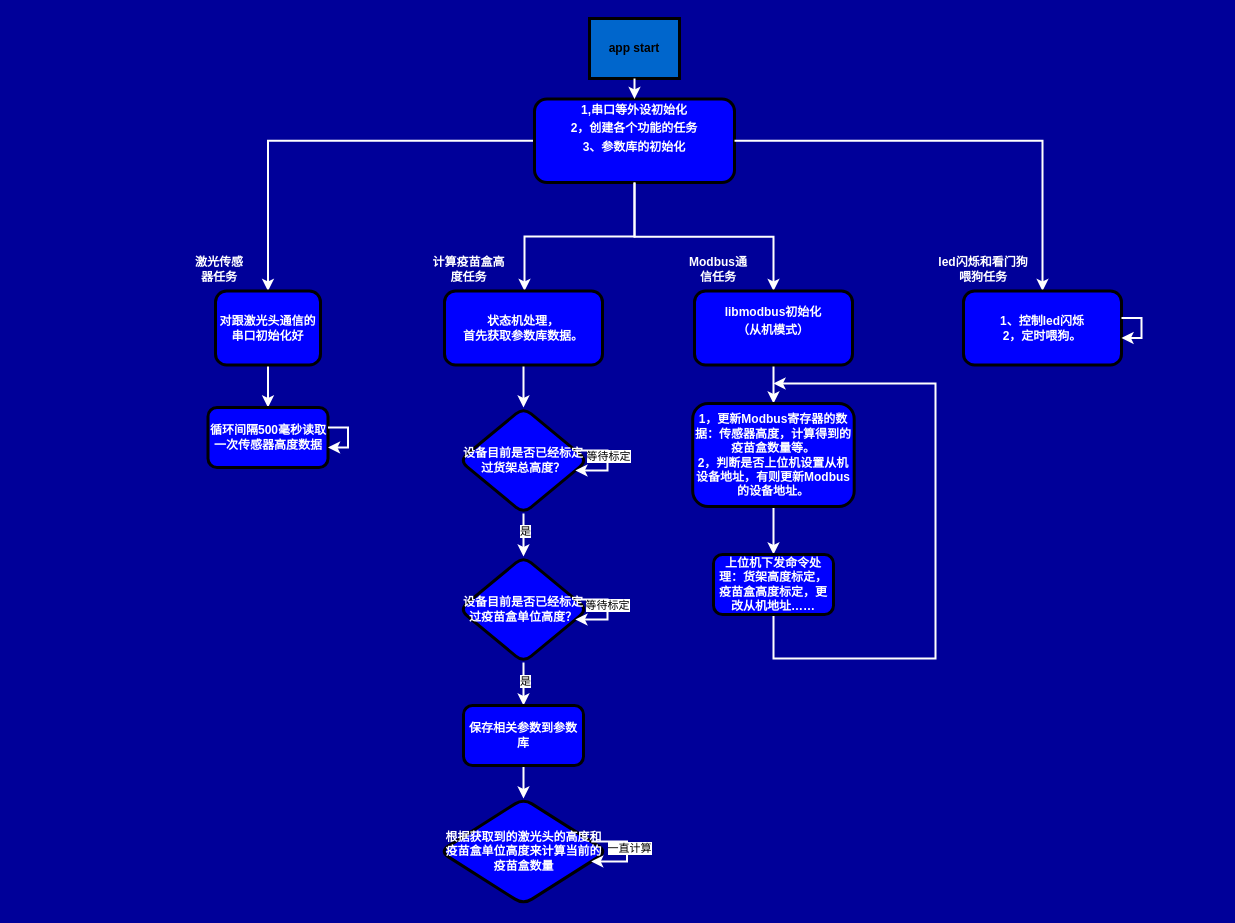
Earlier version of the draw.io diagram draw_io_for_work/bs01.drawio (doctor1cong/draw_flow_chart). Source tidied: cells renumbered, new cells numbered last; positions are measured from the earlier drawing's top-left corner, leaving out a move shared by most shapes. Both pictures are drawn from the tidied source at 100%, with x=0, y=0 at pixel (189, 18).
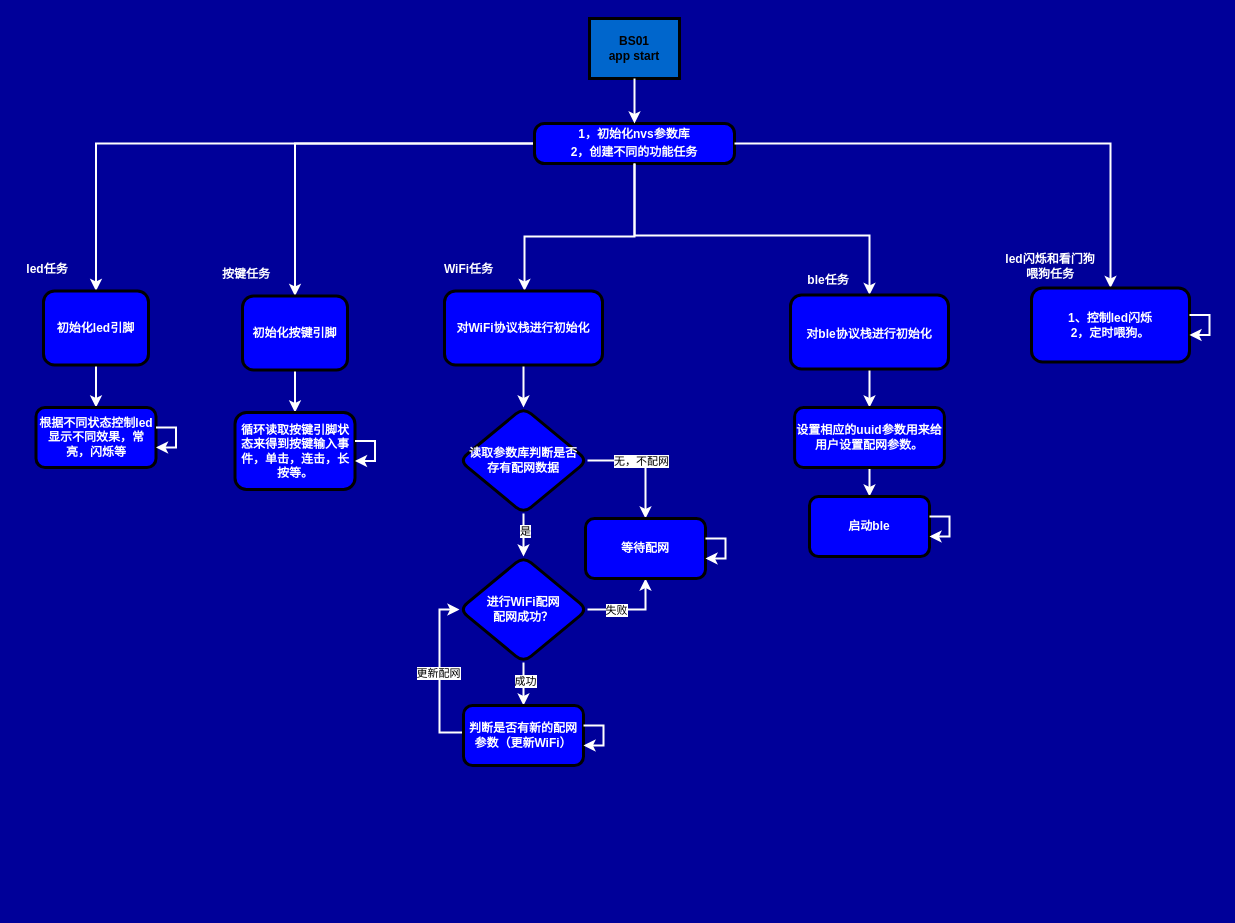
The same diagram, later.

Unchanged cells that the change refers to:
```xml
<mxCell id="24" style="edgeStyle=orthogonalEdgeStyle;shape=connector;rounded=0;jettySize=auto;html=1;strokeColor=#FFFFFF;strokeWidth=2;align=center;verticalAlign=middle;fontFamily=Helvetica;fontSize=11;fontColor=default;labelBackgroundColor=default;endArrow=classic;" parent="1" edge="1" source="26" target="41">
  <mxGeometry relative="1" as="geometry" />
</mxCell>
```

The edit, as a diff of the source:
```diff
@@
+    <mxCell id="42" style="edgeStyle=orthogonalEdgeStyle;rounded=0;jettySize=auto;html=1;strokeColor=#FFFFFF;strokeWidth=2;" parent="1" edge="1" source="3" target="47">
+      <mxGeometry relative="1" as="geometry" />
+    </mxCell>
-    <mxCell id="3" value="&lt;p style=&quot;margin: 4px 0px 0px; text-align: center;&quot;&gt;&lt;font color=&quot;#ffffff&quot;&gt;1,串口等外设初始化&lt;/font&gt;&lt;/p&gt;&lt;p style=&quot;margin: 4px 0px 0px; text-align: center;&quot;&gt;&lt;font color=&quot;#ffffff&quot;&gt;2，创建各个功能的任务&lt;/font&gt;&lt;/p&gt;&lt;p style=&quot;margin: 4px 0px 0px; text-align: center;&quot;&gt;&lt;font color=&quot;#ffffff&quot;&gt;3、&lt;/font&gt;&lt;span style=&quot;background-color: initial; color: rgb(255, 255, 255);&quot;&gt;参数库的初始化&lt;/span&gt;&lt;/p&gt;&lt;p style=&quot;margin: 4px 0px 0px; text-align: center;&quot;&gt;&lt;span style=&quot;color: rgb(255, 255, 255); background-color: initial;&quot;&gt;&lt;br&gt;&lt;/span&gt;&lt;/p&gt;" style="verticalAlign=middle;align=center;overflow=fill;fontSize=12;fontFamily=Helvetica;html=1;rounded=1;fontStyle=1;strokeWidth=3;fillColor=#0000FF;" parent="1" vertex="1">
-      <mxGeometry x="345" y="80.5" width="200" height="83.5" as="geometry" />
+    <mxCell id="3" value="&lt;p style=&quot;margin: 4px 0px 0px;&quot;&gt;&lt;span style=&quot;color: rgb(255, 255, 255);&quot;&gt;1，初始化nvs参数库&lt;/span&gt;&lt;br&gt;&lt;/p&gt;&lt;p style=&quot;margin: 4px 0px 0px;&quot;&gt;&lt;span style=&quot;color: rgb(255, 255, 255);&quot;&gt;2，创建不同的功能任务&lt;/span&gt;&lt;/p&gt;&lt;p style=&quot;margin: 4px 0px 0px;&quot;&gt;&lt;span style=&quot;color: rgb(255, 255, 255);&quot;&gt;&lt;br&gt;&lt;/span&gt;&lt;/p&gt;" style="verticalAlign=middle;align=center;overflow=fill;fontSize=12;fontFamily=Helvetica;html=1;rounded=1;fontStyle=1;strokeWidth=3;fillColor=#0000FF;arcSize=25;" parent="1" vertex="1">
+      <mxGeometry x="345" y="105" width="200" height="40" as="geometry" />
     </mxCell>
-    <mxCell id="4" value="app start" style="whiteSpace=wrap;align=center;verticalAlign=middle;fontStyle=1;strokeWidth=3;fillColor=#0066CC;" parent="1" vertex="1">
+    <mxCell id="4" value="BS01&#10;app start" style="whiteSpace=wrap;align=center;verticalAlign=middle;fontStyle=1;strokeWidth=3;fillColor=#0066CC;" parent="1" vertex="1">
       <mxGeometry x="400" width="90" height="60" as="geometry" />
     </mxCell>
@@
-    <mxCell id="7" value="对跟激光头通信的串口初始化好" style="whiteSpace=wrap;html=1;fillColor=#0000FF;rounded=1;fontStyle=1;strokeWidth=3;fontColor=#FFFFFF;" parent="1" vertex="1">
-      <mxGeometry x="26" y="272.5" width="105" height="74" as="geometry" />
+    <mxCell id="7" value="初始化led引脚" style="whiteSpace=wrap;html=1;fillColor=#0000FF;rounded=1;fontStyle=1;strokeWidth=3;fontColor=#FFFFFF;" parent="1" vertex="1">
+      <mxGeometry x="-146" y="272.5" width="105" height="74" as="geometry" />
     </mxCell>
-    <mxCell id="8" value="激光传感器任务" style="text;strokeColor=none;align=center;fillColor=none;html=1;verticalAlign=middle;whiteSpace=wrap;rounded=0;fontFamily=Helvetica;fontSize=12;fontColor=#FFFFFF;fontStyle=1;" parent="1" vertex="1">
-      <mxGeometry y="236" width="60" height="30" as="geometry" />
+    <mxCell id="8" value="led任务" style="text;strokeColor=none;align=center;fillColor=none;html=1;verticalAlign=middle;whiteSpace=wrap;rounded=0;fontFamily=Helvetica;fontSize=12;fontColor=#FFFFFF;fontStyle=1;" parent="1" vertex="1">
+      <mxGeometry x="-172" y="236" width="60" height="30" as="geometry" />
     </mxCell>
@@
-    <mxCell id="11" value="状态机处理，&lt;div&gt;首先获取参数库数据。&lt;/div&gt;" style="whiteSpace=wrap;html=1;fillColor=#0000FF;rounded=1;fontStyle=1;strokeWidth=3;fontColor=#FFFFFF;" parent="1" vertex="1">
+    <mxCell id="11" value="对WiFi协议栈进行初始化" style="whiteSpace=wrap;html=1;fillColor=#0000FF;rounded=1;fontStyle=1;strokeWidth=3;fontColor=#FFFFFF;" parent="1" vertex="1">
       <mxGeometry x="255" y="272.5" width="158" height="74" as="geometry" />
     </mxCell>
-    <mxCell id="12" value="计算疫苗盒高度任务" style="text;strokeColor=none;align=center;fillColor=none;html=1;verticalAlign=middle;whiteSpace=wrap;rounded=0;fontFamily=Helvetica;fontSize=12;fontColor=#FFFFFF;fontStyle=1;" parent="1" vertex="1">
+    <mxCell id="12" value="WiFi任务" style="text;strokeColor=none;align=center;fillColor=none;html=1;verticalAlign=middle;whiteSpace=wrap;rounded=0;fontFamily=Helvetica;fontSize=12;fontColor=#FFFFFF;fontStyle=1;" parent="1" vertex="1">
       <mxGeometry x="241" y="236" width="77" height="30" as="geometry" />
     </mxCell>
-    <mxCell id="13" style="edgeStyle=orthogonalEdgeStyle;rounded=0;jettySize=auto;html=1;strokeColor=#FFFFFF;strokeWidth=2;" parent="1" edge="1" source="3" target="15">
-      <mxGeometry relative="1" as="geometry" />
+    <mxCell id="13" style="edgeStyle=orthogonalEdgeStyle;rounded=0;jettySize=auto;html=1;strokeColor=#FFFFFF;strokeWidth=2;entryX=0.5;entryY=0;entryDx=0;entryDy=0;" parent="1" edge="1" source="3" target="15">
+      <mxGeometry relative="1" as="geometry">
+        <Array as="points">
+          <mxPoint x="445" y="217" />
+          <mxPoint x="680" y="217" />
+        </Array>
+      </mxGeometry>
     </mxCell>
@@
-    <mxCell id="15" value="&lt;p style=&quot;color: rgb(0, 0, 0); text-wrap: nowrap; margin: 4px 0px 0px;&quot;&gt;&lt;font color=&quot;#ffffff&quot;&gt;libmodbus初始化&lt;/font&gt;&lt;/p&gt;&lt;p style=&quot;color: rgb(0, 0, 0); text-wrap: nowrap; margin: 4px 0px 0px;&quot;&gt;&lt;font color=&quot;#ffffff&quot;&gt;（从机模式&lt;/font&gt;&lt;span style=&quot;color: rgb(255, 255, 255); background-color: initial;&quot;&gt;）&lt;/span&gt;&lt;/p&gt;&lt;p style=&quot;color: rgb(0, 0, 0); text-wrap: nowrap; margin: 4px 0px 0px;&quot;&gt;&lt;br&gt;&lt;/p&gt;" style="whiteSpace=wrap;html=1;fillColor=#0000FF;rounded=1;fontStyle=1;strokeWidth=3;fontColor=#FFFFFF;" parent="1" vertex="1">
-      <mxGeometry x="505" y="272.5" width="158" height="74" as="geometry" />
+    <mxCell id="15" value="&lt;p style=&quot;color: rgb(0, 0, 0); text-wrap: nowrap; margin: 4px 0px 0px;&quot;&gt;&lt;span style=&quot;color: rgb(255, 255, 255); text-wrap: wrap;&quot;&gt;对ble协议栈进行初始化&lt;/span&gt;&lt;/p&gt;" style="whiteSpace=wrap;html=1;fillColor=#0000FF;rounded=1;fontStyle=1;strokeWidth=3;fontColor=#FFFFFF;" parent="1" vertex="1">
+      <mxGeometry x="601" y="276.5" width="158" height="74" as="geometry" />
     </mxCell>
-    <mxCell id="16" value="Modbus通信任务" style="text;strokeColor=none;align=center;fillColor=none;html=1;verticalAlign=middle;whiteSpace=wrap;rounded=0;fontFamily=Helvetica;fontSize=12;fontColor=#FFFFFF;fontStyle=1;" parent="1" vertex="1">
-      <mxGeometry x="499" y="236" width="60" height="30" as="geometry" />
+    <mxCell id="16" value="ble任务" style="text;strokeColor=none;align=center;fillColor=none;html=1;verticalAlign=middle;whiteSpace=wrap;rounded=0;fontFamily=Helvetica;fontSize=12;fontColor=#FFFFFF;fontStyle=1;" parent="1" vertex="1">
+      <mxGeometry x="609" y="246.5" width="60" height="30" as="geometry" />
     </mxCell>
@@
     <mxCell id="18" value="1、控制led闪烁&lt;div&gt;2，定时喂狗。&lt;/div&gt;" style="whiteSpace=wrap;html=1;fillColor=#0000FF;rounded=1;fontStyle=1;strokeWidth=3;fontColor=#FFFFFF;" parent="1" vertex="1">
-      <mxGeometry x="774" y="272.5" width="158" height="74" as="geometry" />
+      <mxGeometry x="842" y="269.5" width="158" height="74" as="geometry" />
     </mxCell>
     <mxCell id="19" value="led闪烁和看门狗喂狗任务" style="text;strokeColor=none;align=center;fillColor=none;html=1;verticalAlign=middle;whiteSpace=wrap;rounded=0;fontFamily=Helvetica;fontSize=12;fontColor=#FFFFFF;fontStyle=1;" parent="1" vertex="1">
-      <mxGeometry x="746" y="236" width="96" height="30" as="geometry" />
+      <mxGeometry x="813" y="233" width="96" height="30" as="geometry" />
     </mxCell>
-    <mxCell id="20" value="循环间隔500毫秒读取一次传感器高度数据" style="whiteSpace=wrap;html=1;fillColor=#0000FF;fontColor=#FFFFFF;rounded=1;fontStyle=1;strokeWidth=3;" parent="1" vertex="1">
-      <mxGeometry x="18.5" y="389" width="120" height="60" as="geometry" />
+    <mxCell id="20" value="根据不同状态控制led显示不同效果，常亮，闪烁等" style="whiteSpace=wrap;html=1;fillColor=#0000FF;fontColor=#FFFFFF;rounded=1;fontStyle=1;strokeWidth=3;" parent="1" vertex="1">
+      <mxGeometry x="-153.5" y="389" width="120" height="60" as="geometry" />
     </mxCell>
@@
-    <mxCell id="23" value="设备目前是否已经标定过货架总高度？" style="rhombus;whiteSpace=wrap;html=1;fillColor=#0000FF;fontColor=#FFFFFF;rounded=1;fontStyle=1;strokeWidth=3;" parent="1" vertex="1">
+    <mxCell id="23" value="读取参数库判断是否&lt;div&gt;存有配网数据&lt;/div&gt;" style="rhombus;whiteSpace=wrap;html=1;fillColor=#0000FF;fontColor=#FFFFFF;rounded=1;fontStyle=1;strokeWidth=3;" parent="1" vertex="1">
       <mxGeometry x="270" y="389" width="128" height="106" as="geometry" />
     </mxCell>
@@
-    <mxCell id="25" value="是" style="edgeLabel;html=1;align=center;verticalAlign=middle;fontFamily=Helvetica;fontSize=11;fontColor=default;labelBackgroundColor=default;" parent="24" vertex="1">
+    <mxCell id="25" value="成功" style="edgeLabel;html=1;align=center;verticalAlign=middle;fontFamily=Helvetica;fontSize=11;fontColor=default;labelBackgroundColor=default;" parent="24" vertex="1">
       <mxGeometry x="-0.15" y="1" relative="1" as="geometry" />
     </mxCell>
+    <mxCell id="43" style="edgeStyle=orthogonalEdgeStyle;shape=connector;rounded=0;jettySize=auto;html=1;strokeColor=#FFFFFF;strokeWidth=2;align=center;verticalAlign=middle;fontFamily=Helvetica;fontSize=11;fontColor=default;labelBackgroundColor=default;endArrow=classic;exitX=1;exitY=0.5;exitDx=0;exitDy=0;" parent="1" edge="1" source="26" target="51">
+      <mxGeometry relative="1" as="geometry">
+        <Array as="points">
+          <mxPoint x="456" y="591" />
+        </Array>
+      </mxGeometry>
+    </mxCell>
+    <mxCell id="44" value="失败" style="edgeLabel;html=1;align=center;verticalAlign=middle;fontFamily=Helvetica;fontSize=11;fontColor=default;labelBackgroundColor=default;" parent="43" vertex="1">
+      <mxGeometry x="-0.36" relative="1" as="geometry" />
+    </mxCell>
-    <mxCell id="26" value="设备目前是否已经标定过疫苗盒单位高度？" style="rhombus;whiteSpace=wrap;html=1;fillColor=#0000FF;fontColor=#FFFFFF;rounded=1;fontStyle=1;strokeWidth=3;" parent="1" vertex="1">
+    <mxCell id="26" value="进行WiFi配网&lt;div&gt;配网成功？&lt;/div&gt;" style="rhombus;whiteSpace=wrap;html=1;fillColor=#0000FF;fontColor=#FFFFFF;rounded=1;fontStyle=1;strokeWidth=3;" parent="1" vertex="1">
       <mxGeometry x="270" y="538" width="128" height="106" as="geometry" />
     </mxCell>
-    <mxCell id="27" style="edgeStyle=orthogonalEdgeStyle;shape=connector;rounded=0;orthogonalLoop=1;jettySize=auto;html=1;strokeColor=#FFFFFF;strokeWidth=2;align=center;verticalAlign=middle;fontFamily=Helvetica;fontSize=11;fontColor=default;labelBackgroundColor=default;endArrow=classic;elbow=horizontal;" parent="1" edge="1" source="23" target="23">
-      <mxGeometry relative="1" as="geometry" />
+    <mxCell id="27" style="edgeStyle=orthogonalEdgeStyle;shape=connector;rounded=0;jettySize=auto;html=1;strokeColor=#FFFFFF;strokeWidth=2;align=center;verticalAlign=middle;fontFamily=Helvetica;fontSize=11;fontColor=default;labelBackgroundColor=default;endArrow=classic;elbow=vertical;" parent="1" edge="1" source="23" target="51">
+      <mxGeometry relative="1" as="geometry">
+        <Array as="points">
+          <mxPoint x="456" y="442" />
+        </Array>
+      </mxGeometry>
     </mxCell>
-    <mxCell id="28" value="等待标定" style="edgeLabel;html=1;align=center;verticalAlign=middle;fontFamily=Helvetica;fontSize=11;fontColor=default;labelBackgroundColor=default;" parent="27" vertex="1">
+    <mxCell id="28" value="无，不配网" style="edgeLabel;html=1;align=center;verticalAlign=middle;fontFamily=Helvetica;fontSize=11;fontColor=default;labelBackgroundColor=default;" parent="27" vertex="1">
       <mxGeometry x="-0.09" relative="1" as="geometry" />
     </mxCell>
-    <mxCell id="29" value="根据获取到的激光头的高度和疫苗盒单位高度来计算当前的疫苗盒数量" style="rhombus;whiteSpace=wrap;html=1;fillColor=#0000FF;fontColor=#FFFFFF;rounded=1;fontStyle=1;strokeWidth=3;" parent="1" vertex="1">
-      <mxGeometry x="250.5" y="780" width="167" height="106" as="geometry" />
-    </mxCell>
-    <mxCell id="30" style="edgeStyle=orthogonalEdgeStyle;shape=connector;rounded=0;orthogonalLoop=1;jettySize=auto;html=1;strokeColor=#FFFFFF;strokeWidth=2;align=center;verticalAlign=middle;fontFamily=Helvetica;fontSize=11;fontColor=default;labelBackgroundColor=default;endArrow=classic;" parent="1" edge="1" source="26" target="26">
-      <mxGeometry relative="1" as="geometry" />
-    </mxCell>
-    <mxCell id="31" value="等待标定" style="edgeLabel;html=1;align=center;verticalAlign=middle;fontFamily=Helvetica;fontSize=11;fontColor=default;labelBackgroundColor=default;" parent="30" vertex="1">
-      <mxGeometry x="-0.09" y="-1" relative="1" as="geometry" />
-    </mxCell>
-    <mxCell id="32" style="edgeStyle=orthogonalEdgeStyle;shape=connector;rounded=0;orthogonalLoop=1;jettySize=auto;html=1;strokeColor=#FFFFFF;strokeWidth=2;align=center;verticalAlign=middle;fontFamily=Helvetica;fontSize=11;fontColor=default;labelBackgroundColor=default;endArrow=classic;elbow=vertical;" parent="1" edge="1" source="29" target="29">
-      <mxGeometry relative="1" as="geometry" />
-    </mxCell>
-    <mxCell id="33" value="一直计算" style="edgeLabel;html=1;align=center;verticalAlign=middle;fontFamily=Helvetica;fontSize=11;fontColor=default;labelBackgroundColor=default;" parent="32" vertex="1">
-      <mxGeometry x="-0.08" y="2" relative="1" as="geometry" />
-    </mxCell>
@@
-    <mxCell id="35" value="1，更新Modbus寄存器的数据：传感器高度，计算得到的疫苗盒数量等。&lt;div&gt;2，判断是否上位机设置从机设备地址，有则更新Modbus的设备地址。&lt;/div&gt;" style="whiteSpace=wrap;html=1;fillColor=#0000FF;fontColor=#FFFFFF;rounded=1;fontStyle=1;strokeWidth=3;" parent="1" vertex="1">
-      <mxGeometry x="503.2" y="385" width="161.5" height="103" as="geometry" />
+    <mxCell id="35" value="设置相应的uuid参数用来给用户设置配网参数。" style="whiteSpace=wrap;html=1;fillColor=#0000FF;fontColor=#FFFFFF;rounded=1;fontStyle=1;strokeWidth=3;" parent="1" vertex="1">
+      <mxGeometry x="605.1" y="389" width="149.8" height="60" as="geometry" />
     </mxCell>
-    <mxCell id="36" style="edgeStyle=orthogonalEdgeStyle;shape=connector;rounded=0;jettySize=auto;html=1;strokeColor=#FFFFFF;strokeWidth=2;align=center;verticalAlign=middle;fontFamily=Helvetica;fontSize=11;fontColor=default;labelBackgroundColor=default;endArrow=classic;" parent="1" edge="1" source="37">
-      <mxGeometry relative="1" as="geometry">
-        <mxPoint x="584" y="365" as="targetPoint" />
-        <Array as="points">
-          <mxPoint x="584" y="640" />
-          <mxPoint x="746" y="640" />
-          <mxPoint x="746" y="365" />
-        </Array>
-      </mxGeometry>
-    </mxCell>
-    <mxCell id="37" value="上位机下发命令处理：货架高度标定，疫苗盒高度标定，更改从机地址……" style="whiteSpace=wrap;html=1;fillColor=#0000FF;fontColor=#FFFFFF;rounded=1;fontStyle=1;strokeWidth=3;" parent="1" vertex="1">
-      <mxGeometry x="524" y="536" width="120" height="60" as="geometry" />
+    <mxCell id="37" value="启动ble" style="whiteSpace=wrap;html=1;fillColor=#0000FF;fontColor=#FFFFFF;rounded=1;fontStyle=1;strokeWidth=3;" parent="1" vertex="1">
+      <mxGeometry x="620" y="478" width="120" height="60" as="geometry" />
     </mxCell>
@@
-    <mxCell id="40" style="edgeStyle=orthogonalEdgeStyle;shape=connector;rounded=0;jettySize=auto;html=1;strokeColor=#FFFFFF;strokeWidth=2;align=center;verticalAlign=middle;fontFamily=Helvetica;fontSize=11;fontColor=default;labelBackgroundColor=default;endArrow=classic;" parent="1" edge="1" source="41" target="29">
+    <mxCell id="40" style="edgeStyle=orthogonalEdgeStyle;shape=connector;rounded=0;jettySize=auto;html=1;strokeColor=#FFFFFF;strokeWidth=2;align=center;verticalAlign=middle;fontFamily=Helvetica;fontSize=11;fontColor=default;labelBackgroundColor=default;endArrow=classic;entryX=0;entryY=0.5;entryDx=0;entryDy=0;exitX=0;exitY=0.45;exitDx=0;exitDy=0;exitPerimeter=0;" parent="1" edge="1" source="41" target="26">
       <mxGeometry relative="1" as="geometry" />
     </mxCell>
+    <mxCell id="45" value="更新配网" style="edgeLabel;html=1;align=center;verticalAlign=middle;fontFamily=Helvetica;fontSize=11;fontColor=default;labelBackgroundColor=default;" parent="40" vertex="1">
+      <mxGeometry x="0.01" y="2" relative="1" as="geometry" />
+    </mxCell>
-    <mxCell id="41" value="保存相关参数到参数库" style="whiteSpace=wrap;html=1;fillColor=#0000FF;fontColor=#FFFFFF;rounded=1;fontStyle=1;strokeWidth=3;" parent="1" vertex="1">
+    <mxCell id="41" value="判断是否有新的配网参数（更新WiFi）" style="whiteSpace=wrap;html=1;fillColor=#0000FF;fontColor=#FFFFFF;rounded=1;fontStyle=1;strokeWidth=3;" parent="1" vertex="1">
       <mxGeometry x="274" y="687" width="120" height="60" as="geometry" />
     </mxCell>
+    <mxCell id="46" style="edgeStyle=orthogonalEdgeStyle;rounded=0;jettySize=auto;html=1;strokeColor=#FFFFFF;strokeWidth=2;" parent="1" edge="1" source="47" target="49">
+      <mxGeometry relative="1" as="geometry" />
+    </mxCell>
+    <mxCell id="47" value="初始化按键引脚" style="whiteSpace=wrap;html=1;fillColor=#0000FF;rounded=1;fontStyle=1;strokeWidth=3;fontColor=#FFFFFF;" parent="1" vertex="1">
+      <mxGeometry x="53" y="277.5" width="105" height="74" as="geometry" />
+    </mxCell>
+    <mxCell id="48" value="按键任务" style="text;strokeColor=none;align=center;fillColor=none;html=1;verticalAlign=middle;whiteSpace=wrap;rounded=0;fontFamily=Helvetica;fontSize=12;fontColor=#FFFFFF;fontStyle=1;" parent="1" vertex="1">
+      <mxGeometry x="27" y="241" width="60" height="30" as="geometry" />
+    </mxCell>
+    <mxCell id="49" value="循环读取按键引脚状态来得到按键输入事件，单击，连击，长按等。" style="whiteSpace=wrap;html=1;fillColor=#0000FF;fontColor=#FFFFFF;rounded=1;fontStyle=1;strokeWidth=3;" parent="1" vertex="1">
+      <mxGeometry x="45.5" y="394" width="120" height="77" as="geometry" />
+    </mxCell>
+    <mxCell id="50" style="edgeStyle=orthogonalEdgeStyle;shape=connector;rounded=0;orthogonalLoop=1;jettySize=auto;html=1;strokeColor=#FFFFFF;strokeWidth=2;align=center;verticalAlign=middle;fontFamily=Helvetica;fontSize=11;fontColor=default;labelBackgroundColor=default;endArrow=classic;elbow=vertical;" parent="1" edge="1" source="49" target="49">
+      <mxGeometry relative="1" as="geometry" />
+    </mxCell>
+    <mxCell id="51" value="等待配网" style="whiteSpace=wrap;html=1;fillColor=#0000FF;fontColor=#FFFFFF;rounded=1;fontStyle=1;strokeWidth=3;" parent="1" vertex="1">
+      <mxGeometry x="396" y="500" width="120" height="60" as="geometry" />
+    </mxCell>
+    <mxCell id="52" style="edgeStyle=orthogonalEdgeStyle;shape=connector;rounded=0;orthogonalLoop=1;jettySize=auto;html=1;strokeColor=#FFFFFF;strokeWidth=2;align=center;verticalAlign=middle;fontFamily=Helvetica;fontSize=11;fontColor=default;labelBackgroundColor=default;endArrow=classic;" parent="1" edge="1" source="51" target="51">
+      <mxGeometry relative="1" as="geometry" />
+    </mxCell>
+    <mxCell id="53" style="edgeStyle=orthogonalEdgeStyle;shape=connector;rounded=0;orthogonalLoop=1;jettySize=auto;html=1;strokeColor=#FFFFFF;strokeWidth=2;align=center;verticalAlign=middle;fontFamily=Helvetica;fontSize=11;fontColor=default;labelBackgroundColor=default;endArrow=classic;" parent="1" edge="1" source="41" target="41">
+      <mxGeometry relative="1" as="geometry" />
+    </mxCell>
+    <mxCell id="54" style="edgeStyle=orthogonalEdgeStyle;shape=connector;rounded=0;orthogonalLoop=1;jettySize=auto;html=1;strokeColor=#FFFFFF;strokeWidth=2;align=center;verticalAlign=middle;fontFamily=Helvetica;fontSize=11;fontColor=default;labelBackgroundColor=default;endArrow=classic;" parent="1" edge="1" source="37" target="37">
+      <mxGeometry relative="1" as="geometry" />
+    </mxCell>
```
